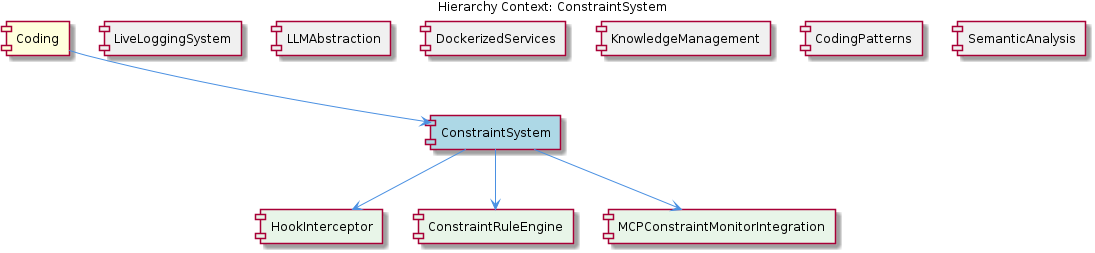
Above: knowledge-management/insights/images/constraint-system-relationship.png in fwornle/coding (PlantUML), before the change. Its source is kept beside it as .data/knowledge-graph/insights/puml/constraint-system-relationship.puml. The source it was exported from:
```plantuml
@startuml
!include _standard-style.puml

title Hierarchy Context: ConstraintSystem

[Coding] as coding #FFFFDD
[ConstraintSystem] as constraint_system #LightBlue
[LiveLoggingSystem] as live_logging_system #F0F0F0
[LLMAbstraction] as llmabstraction #F0F0F0
[DockerizedServices] as dockerized_services #F0F0F0
[KnowledgeManagement] as knowledge_management #F0F0F0
[CodingPatterns] as coding_patterns #F0F0F0
[SemanticAnalysis] as semantic_analysis #F0F0F0
[HookInterceptor] as hook_interceptor #E8F5E8
[ConstraintRuleEngine] as constraint_rule_engine #E8F5E8
[MCPConstraintMonitorIntegration] as mcpconstraint_monitor_integration #E8F5E8

coding --> constraint_system
live_logging_system -[hidden]- constraint_system
llmabstraction -[hidden]- constraint_system
dockerized_services -[hidden]- constraint_system
knowledge_management -[hidden]- constraint_system
coding_patterns -[hidden]- constraint_system
semantic_analysis -[hidden]- constraint_system
constraint_system --> hook_interceptor
constraint_system --> constraint_rule_engine
constraint_system --> mcpconstraint_monitor_integration

@enduml
```
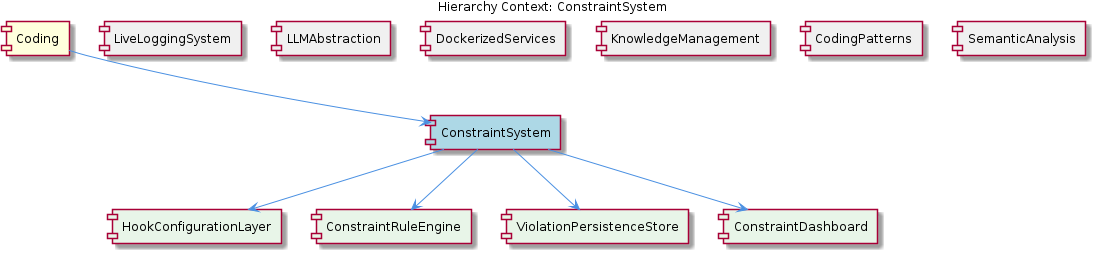
After the commit.

The edit, as a diff of the source:
```diff
@@ -11,9 +11,10 @@
 [KnowledgeManagement] as knowledge_management #F0F0F0
 [CodingPatterns] as coding_patterns #F0F0F0
 [SemanticAnalysis] as semantic_analysis #F0F0F0
-[HookInterceptor] as hook_interceptor #E8F5E8
+[HookConfigurationLayer] as hook_configuration_layer #E8F5E8
 [ConstraintRuleEngine] as constraint_rule_engine #E8F5E8
-[MCPConstraintMonitorIntegration] as mcpconstraint_monitor_integration #E8F5E8
+[ViolationPersistenceStore] as violation_persistence_store #E8F5E8
+[ConstraintDashboard] as constraint_dashboard #E8F5E8
 
 coding --> constraint_system
 live_logging_system -[hidden]- constraint_system
@@ -22,8 +23,9 @@
 knowledge_management -[hidden]- constraint_system
 coding_patterns -[hidden]- constraint_system
 semantic_analysis -[hidden]- constraint_system
-constraint_system --> hook_interceptor
+constraint_system --> hook_configuration_layer
 constraint_system --> constraint_rule_engine
-constraint_system --> mcpconstraint_monitor_integration
+constraint_system --> violation_persistence_store
+constraint_system --> constraint_dashboard
 
 @enduml
```
